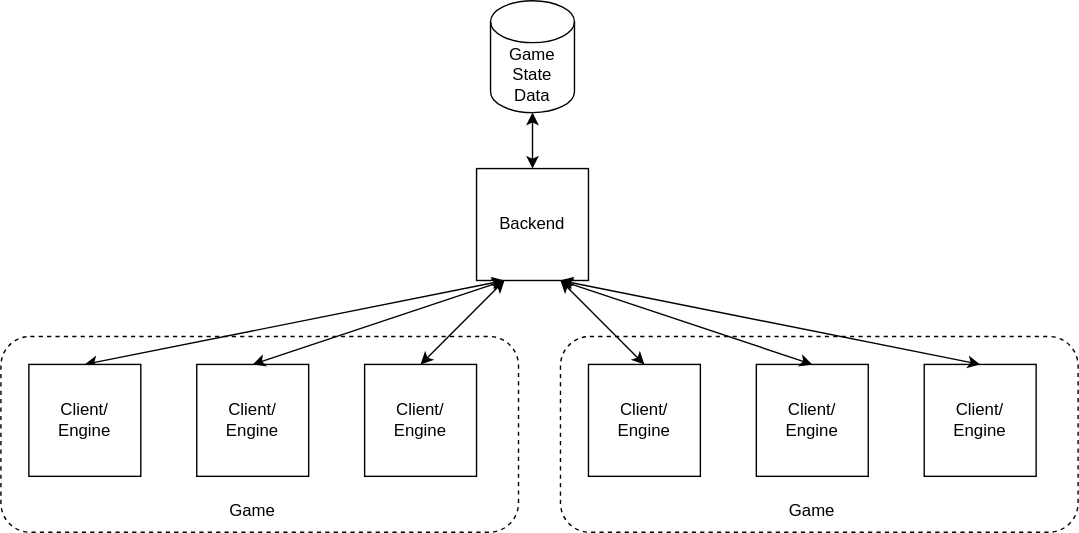
Above: docs/img/highLevelArch.drawio.svg in nimbusscale/dominant-species (draw.io), before the change. Source tidied: cells renumbered, new cells last; positions are measured from the earlier drawing's top-left corner, leaving out a move shared by most shapes.
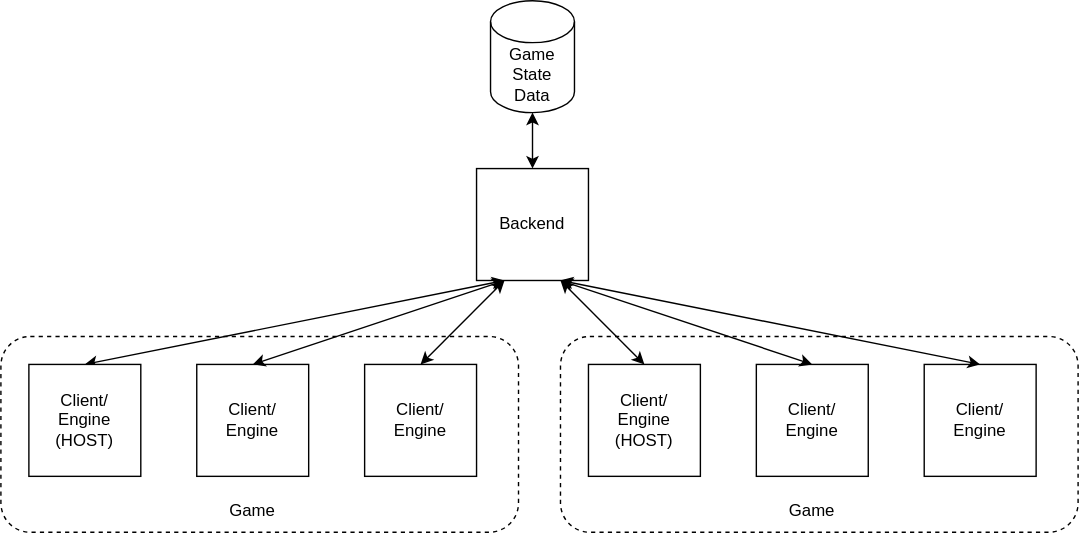
After the commit.

Change to the diagram source:
```diff
@@ -17,7 +17,7 @@
     <mxCell id="6" style="edgeStyle=none;rounded=0;jettySize=auto;html=1;exitX=0.5;exitY=0;exitDx=0;exitDy=0;entryX=0.25;entryY=1;entryDx=0;entryDy=0;startArrow=classic;startFill=1;" parent="1" edge="1" source="7" target="4">
       <mxGeometry relative="1" as="geometry" />
     </mxCell>
-    <mxCell id="7" value="Client/&lt;div&gt;Engine&lt;/div&gt;" style="whiteSpace=wrap;html=1;" parent="1" vertex="1">
+    <mxCell id="7" value="Client/&lt;div&gt;Engine&lt;/div&gt;&lt;div&gt;&lt;span style=&quot;background-color: initial;&quot;&gt;(HOST)&lt;/span&gt;&lt;br&gt;&lt;/div&gt;" style="whiteSpace=wrap;html=1;" parent="1" vertex="1">
       <mxGeometry x="20" y="260" width="80" height="80" as="geometry" />
     </mxCell>
     <mxCell id="8" value="Client/&lt;div&gt;Engine&lt;/div&gt;" style="whiteSpace=wrap;html=1;" parent="1" vertex="1">
@@ -32,7 +32,7 @@
     <mxCell id="11" style="edgeStyle=none;rounded=0;jettySize=auto;html=1;exitX=0.5;exitY=0;exitDx=0;exitDy=0;startArrow=classic;startFill=1;entryX=0.25;entryY=1;entryDx=0;entryDy=0;" parent="1" edge="1" source="9" target="4">
       <mxGeometry relative="1" as="geometry" />
     </mxCell>
-    <mxCell id="12" value="Client/&lt;div&gt;Engine&lt;/div&gt;" style="whiteSpace=wrap;html=1;" parent="1" vertex="1">
+    <mxCell id="12" value="Client/&lt;div&gt;Engine&lt;/div&gt;&lt;div&gt;(HOST)&lt;/div&gt;" style="whiteSpace=wrap;html=1;" parent="1" vertex="1">
       <mxGeometry x="420" y="260" width="80" height="80" as="geometry" />
     </mxCell>
     <mxCell id="13" value="Client/&lt;div&gt;Engine&lt;/div&gt;" style="whiteSpace=wrap;html=1;" parent="1" vertex="1">
```
